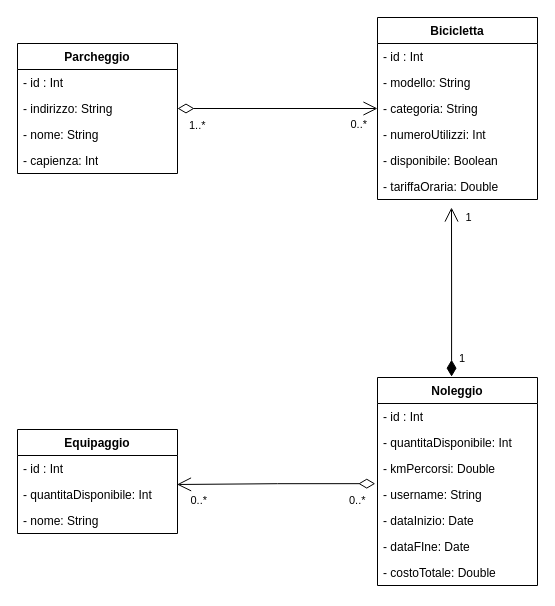
The draw.io diagram docs/BikeRent.drawio in antoSWN/BikeRent, before the edit. Source tidied: cells renumbered, new cells numbered last; positions are measured from the earlier drawing's top-left corner, leaving out a move shared by most shapes. Both pictures are drawn from the tidied source at 100%, with x=0, y=0 at pixel (17, 17).
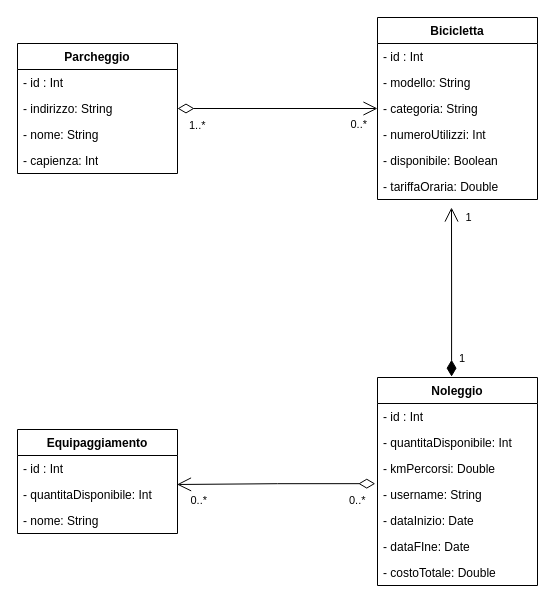
The same diagram, later.

Commit message:
Class Equipaggiamento renamed correctly.

Diff of the diagram source:
```diff
@@
-    <mxCell id="14" value="Equipaggio" style="swimlane;fontStyle=1;align=center;verticalAlign=top;horizontal=1;startSize=26;whiteSpace=wrap;html=1;" parent="1" vertex="1">
+    <mxCell id="14" value="Equipaggiamento" style="swimlane;fontStyle=1;align=center;verticalAlign=top;horizontal=1;startSize=26;whiteSpace=wrap;html=1;" parent="1" vertex="1">
       <mxGeometry y="412" width="160" height="104" as="geometry" />
     </mxCell>
```
